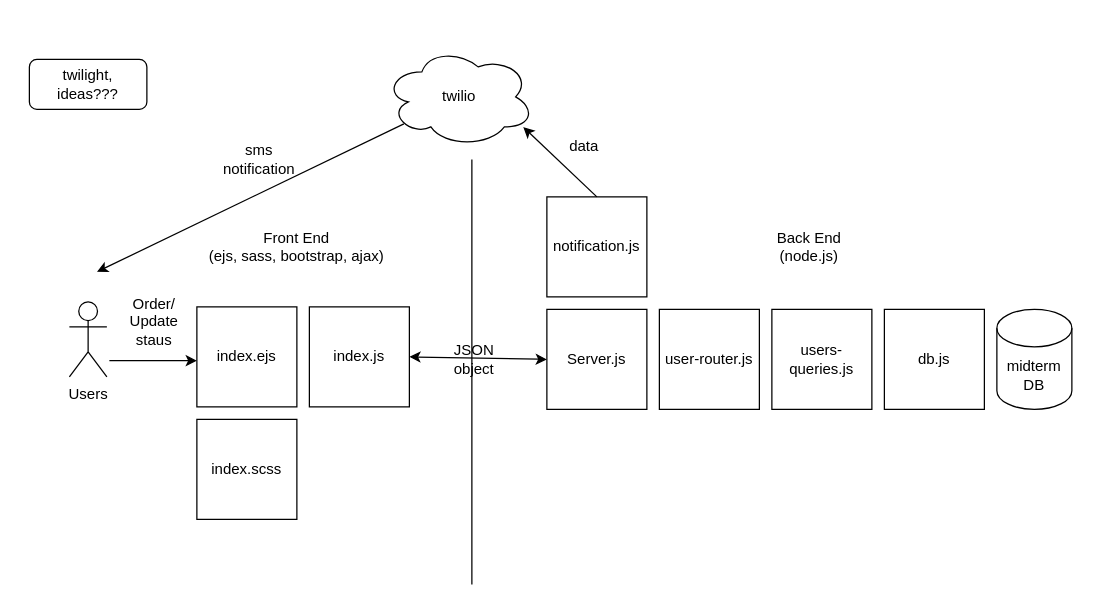
Before: webApp_overview.drawio in sharonshlee/twilightPlace, a draw.io diagram. Source tidied: cells renumbered, new cells numbered last; positions are measured from the earlier drawing's top-left corner, leaving out a move shared by most shapes. Both pictures are drawn from the tidied source at 125%, with x=0, y=0 at pixel (29, 46).
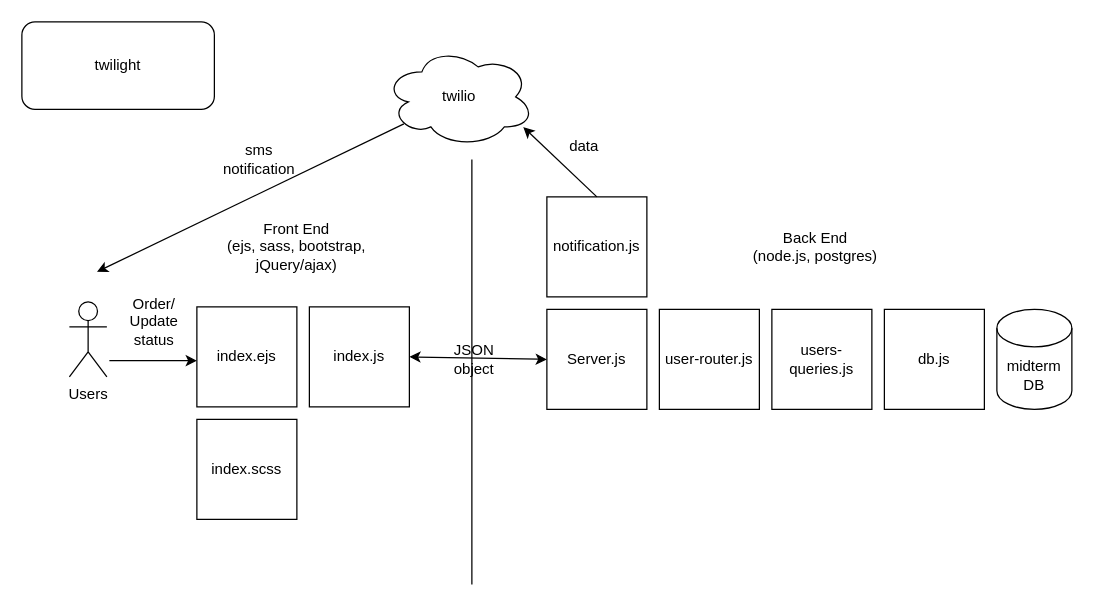
The same diagram, later.

Diff of the diagram source:
```diff
@@
-    <mxCell id="10" value="Front End &lt;br&gt;(ejs, sass, bootstrap, ajax)" style="text;html=1;strokeColor=none;fillColor=none;align=center;verticalAlign=middle;whiteSpace=wrap;rounded=0;" parent="1" vertex="1">
+    <mxCell id="10" value="Front End &lt;br&gt;(ejs, sass, bootstrap, jQuery/ajax)" style="text;html=1;strokeColor=none;fillColor=none;align=center;verticalAlign=middle;whiteSpace=wrap;rounded=0;" parent="1" vertex="1">
       <mxGeometry x="134" y="150" width="160" height="20" as="geometry" />
     </mxCell>
-    <mxCell id="11" value="Back End (node.js)" style="text;html=1;strokeColor=none;fillColor=none;align=center;verticalAlign=middle;whiteSpace=wrap;rounded=0;" parent="1" vertex="1">
-      <mxGeometry x="574" y="150" width="100" height="20" as="geometry" />
+    <mxCell id="11" value="Back End &lt;br&gt;(node.js, postgres)" style="text;html=1;strokeColor=none;fillColor=none;align=center;verticalAlign=middle;whiteSpace=wrap;rounded=0;" parent="1" vertex="1">
+      <mxGeometry x="574" y="150" width="110" height="20" as="geometry" />
     </mxCell>
@@
-    <mxCell id="14" value="Order/ Update staus" style="text;html=1;strokeColor=none;fillColor=none;align=center;verticalAlign=middle;whiteSpace=wrap;rounded=0;" parent="1" vertex="1">
+    <mxCell id="14" value="Order/ Update status" style="text;html=1;strokeColor=none;fillColor=none;align=center;verticalAlign=middle;whiteSpace=wrap;rounded=0;" parent="1" vertex="1">
       <mxGeometry x="80" y="210" width="40" height="20" as="geometry" />
     </mxCell>
@@
-    <mxCell id="24" value="twilight, ideas???" style="rounded=1;whiteSpace=wrap;html=1;" parent="1" vertex="1">
-      <mxGeometry y="10" width="94" height="40" as="geometry" />
+    <mxCell id="24" value="twilight" style="rounded=1;whiteSpace=wrap;html=1;" parent="1" vertex="1">
+      <mxGeometry x="-6" y="-20" width="154" height="70" as="geometry" />
     </mxCell>
```
